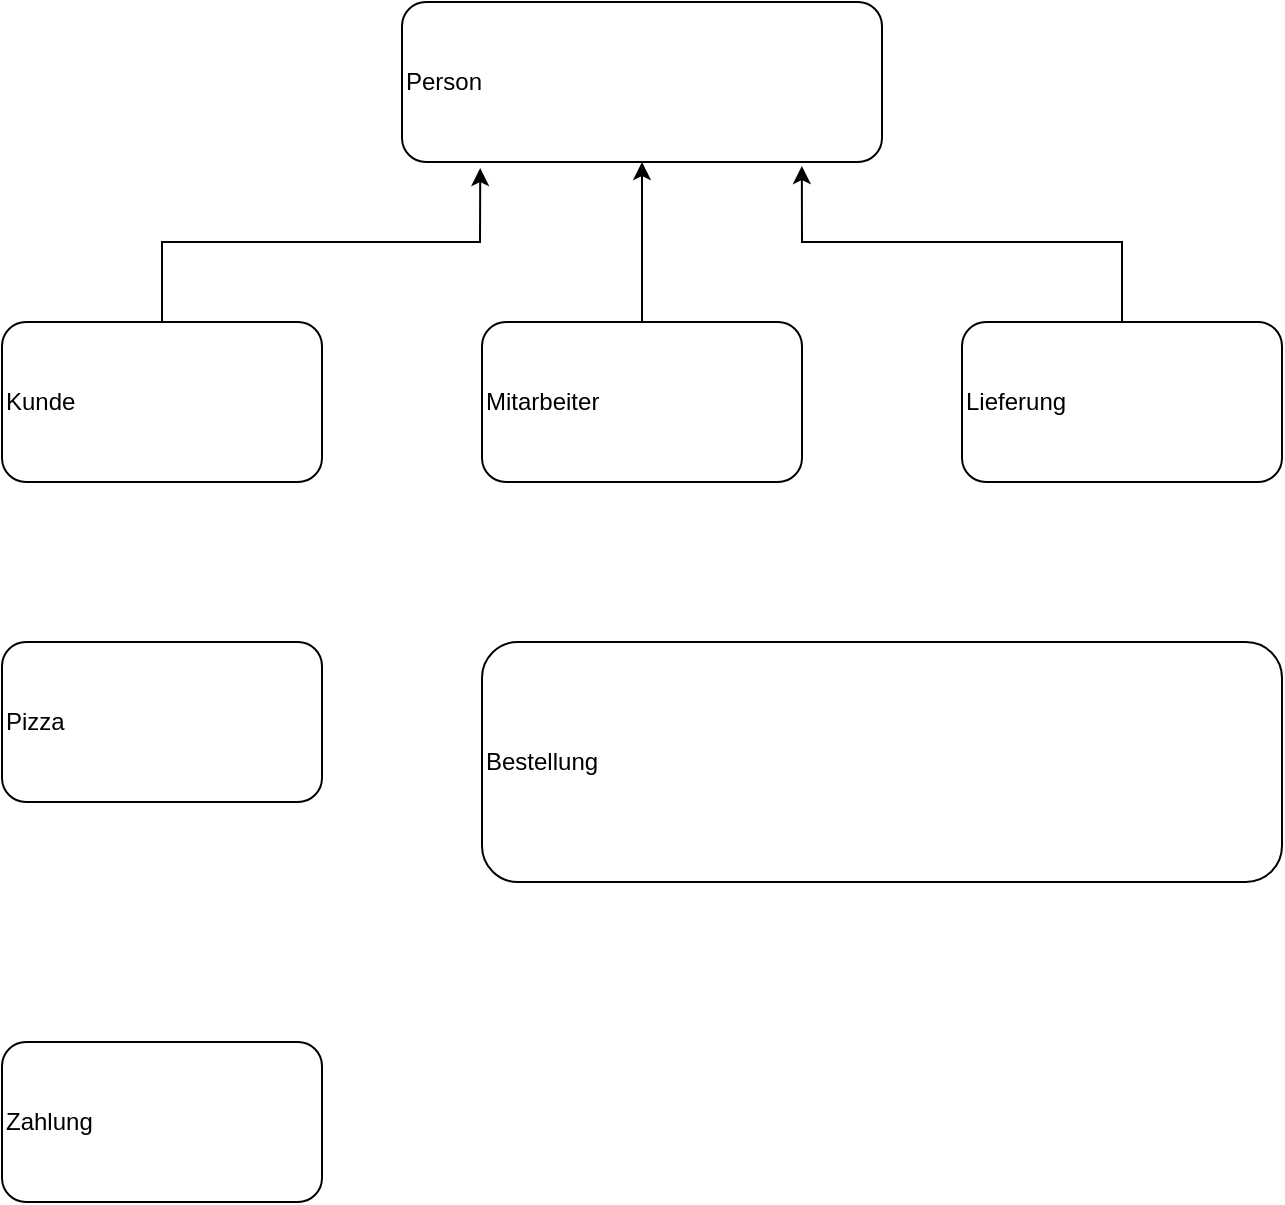
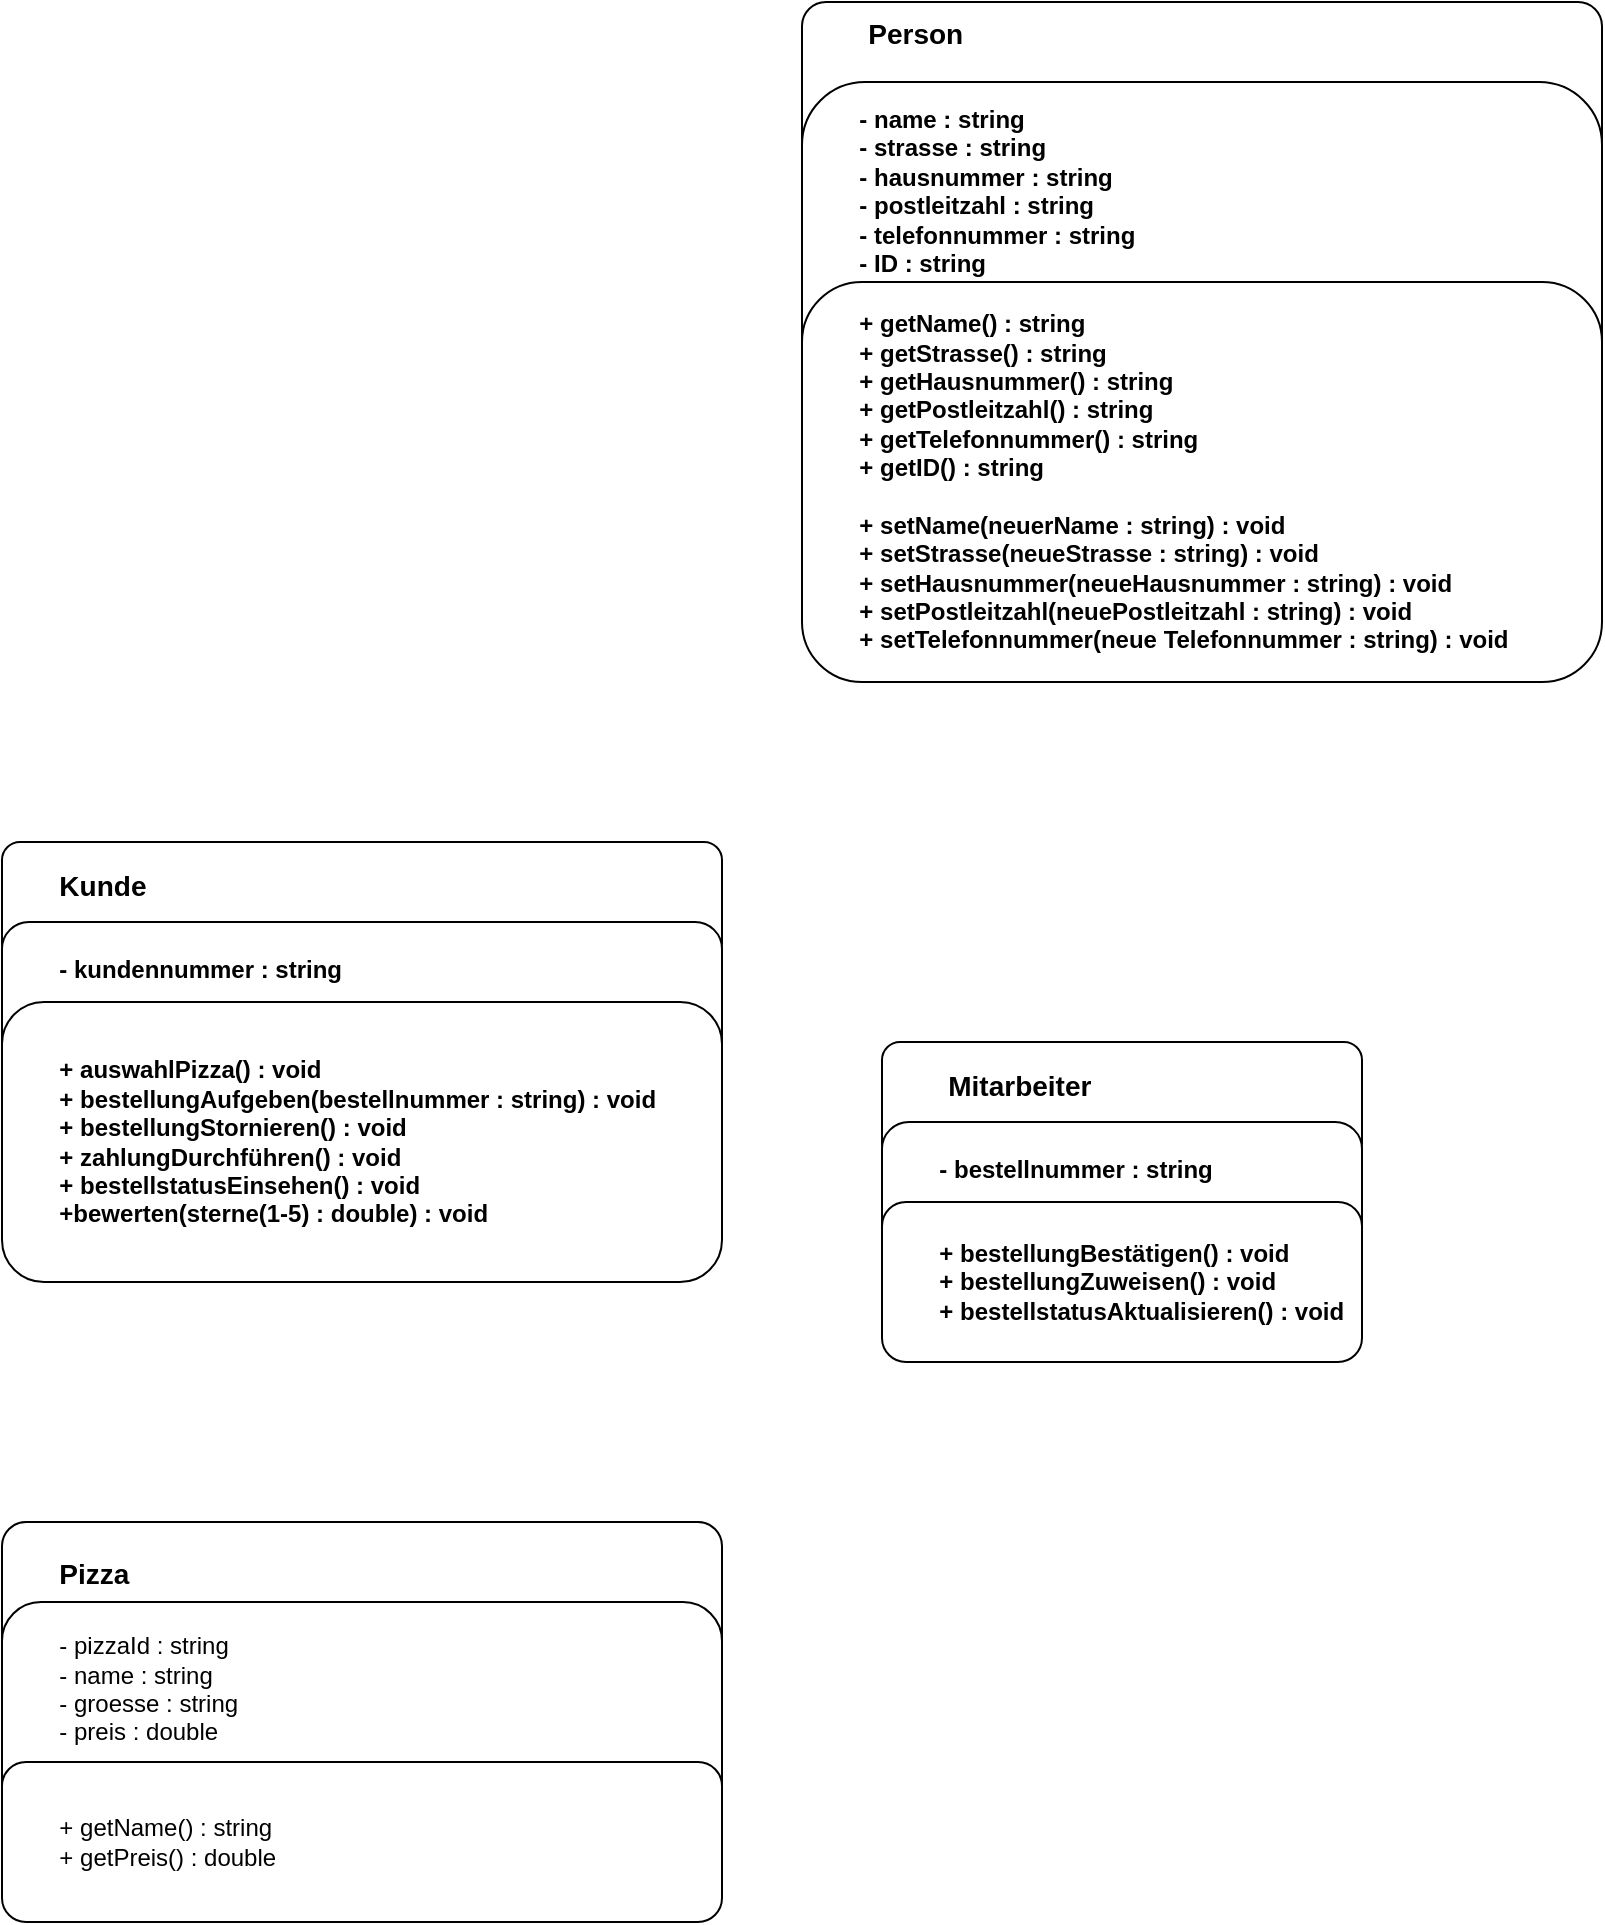
<mxfile host="app.diagrams.net">
  <diagram name="Seite-1" id="j5w5G7pp3-HniJGzZ2-B">
-     <mxGraphModel dx="1406" dy="780" grid="1" gridSize="10" guides="1" tooltips="1" connect="1" arrows="1" fold="1" page="1" pageScale="1" pageWidth="827" pageHeight="1169" math="0" shadow="0">
+     <mxGraphModel dx="2481" dy="878" grid="1" gridSize="10" guides="1" tooltips="1" connect="1" arrows="1" fold="1" page="1" pageScale="1" pageWidth="827" pageHeight="1169" math="0" shadow="0">
      <root>
        <mxCell id="0" />
        <mxCell id="1" parent="0" />
-         <mxCell id="a0vY0e-7eQO-K8aS8apc-16" parent="1" style="rounded=1;whiteSpace=wrap;html=1;align=left;" value="Kunde" vertex="1">
-           <mxGeometry height="80" width="160" x="80" y="200" as="geometry" />
+         <mxCell id="a0vY0e-7eQO-K8aS8apc-24" parent="1" style="rounded=1;whiteSpace=wrap;html=1;align=left;fillColor=light-dark(#FFFFFF,#000000);" value="&lt;font style=&quot;font-size: 14px;&quot;&gt;&lt;b&gt;&lt;span style=&quot;white-space: pre;&quot;&gt;&#x9;&lt;/span&gt;Person&lt;/b&gt;&lt;/font&gt;&lt;div&gt;&lt;font style=&quot;font-size: 14px;&quot;&gt;&lt;b&gt;&lt;br&gt;&lt;/b&gt;&lt;/font&gt;&lt;/div&gt;&lt;div&gt;&lt;font style=&quot;font-size: 14px;&quot;&gt;&lt;b&gt;&lt;br&gt;&lt;/b&gt;&lt;/font&gt;&lt;/div&gt;&lt;div&gt;&lt;br&gt;&lt;/div&gt;" vertex="1">
+           <mxGeometry height="80" width="400" x="200" y="40" as="geometry" />
        </mxCell>
-         <mxCell id="a0vY0e-7eQO-K8aS8apc-17" parent="1" style="rounded=1;whiteSpace=wrap;html=1;align=left;" value="Mitarbeiter" vertex="1">
-           <mxGeometry height="80" width="160" x="320" y="200" as="geometry" />
+         <mxCell id="6vYOItN9PfZ57a2puoc3-1" parent="1" style="rounded=1;whiteSpace=wrap;html=1;align=left;fillColor=light-dark(#FFFFFF,#990000);" value="&lt;b style=&quot;color: light-dark(rgb(0, 0, 0), rgb(0, 0, 0));&quot;&gt;&lt;span style=&quot;white-space: pre;&quot;&gt;&#x9;&lt;/span&gt;- name : string&lt;/b&gt;&lt;div&gt;&lt;b style=&quot;color: light-dark(rgb(0, 0, 0), rgb(0, 0, 0));&quot;&gt;&lt;span style=&quot;white-space: pre;&quot;&gt;&#x9;&lt;/span&gt;- strasse : string&lt;br&gt;&lt;/b&gt;&lt;/div&gt;&lt;div&gt;&lt;b style=&quot;color: light-dark(rgb(0, 0, 0), rgb(0, 0, 0));&quot;&gt;&lt;span style=&quot;white-space: pre;&quot;&gt;&#x9;&lt;/span&gt;- hausnummer : string&lt;br&gt;&lt;/b&gt;&lt;/div&gt;&lt;div&gt;&lt;b style=&quot;color: light-dark(rgb(0, 0, 0), rgb(0, 0, 0));&quot;&gt;&lt;span style=&quot;white-space: pre;&quot;&gt;&#x9;&lt;/span&gt;- postleitzahl : string&lt;br&gt;&lt;/b&gt;&lt;/div&gt;&lt;div&gt;&lt;b style=&quot;color: light-dark(rgb(0, 0, 0), rgb(0, 0, 0));&quot;&gt;&lt;span style=&quot;white-space: pre;&quot;&gt;&#x9;&lt;/span&gt;- telefonnummer : string&lt;br&gt;&lt;/b&gt;&lt;/div&gt;&lt;div&gt;&lt;b style=&quot;color: light-dark(rgb(0, 0, 0), rgb(0, 0, 0));&quot;&gt;&lt;span style=&quot;white-space: pre;&quot;&gt;&#x9;&lt;/span&gt;- ID : string&lt;br&gt;&lt;/b&gt;&lt;/div&gt;&lt;div&gt;&lt;b style=&quot;color: light-dark(rgb(0, 0, 0), rgb(0, 0, 0));&quot;&gt;&lt;br&gt;&lt;/b&gt;&lt;/div&gt;&lt;div&gt;&lt;b style=&quot;color: light-dark(rgb(0, 0, 0), rgb(0, 0, 0));&quot;&gt;&lt;br&gt;&lt;/b&gt;&lt;/div&gt;&lt;div&gt;&lt;b style=&quot;color: light-dark(rgb(0, 0, 0), rgb(0, 0, 0));&quot;&gt;&lt;br&gt;&lt;/b&gt;&lt;/div&gt;&lt;div&gt;&lt;b style=&quot;color: light-dark(rgb(0, 0, 0), rgb(0, 0, 0));&quot;&gt;&lt;br&gt;&lt;/b&gt;&lt;/div&gt;&lt;div&gt;&lt;b style=&quot;color: light-dark(rgb(0, 0, 0), rgb(0, 0, 0));&quot;&gt;&lt;br&gt;&lt;/b&gt;&lt;/div&gt;&lt;div&gt;&lt;b style=&quot;color: light-dark(rgb(0, 0, 0), rgb(0, 0, 0));&quot;&gt;&lt;br&gt;&lt;/b&gt;&lt;/div&gt;&lt;div&gt;&lt;br&gt;&lt;/div&gt;" vertex="1">
+           <mxGeometry height="210" width="400" x="200" y="80" as="geometry" />
        </mxCell>
-         <mxCell id="a0vY0e-7eQO-K8aS8apc-18" parent="1" style="rounded=1;whiteSpace=wrap;html=1;align=left;" value="Bestellung" vertex="1">
-           <mxGeometry height="120" width="400" x="320" y="360" as="geometry" />
+         <mxCell id="6vYOItN9PfZ57a2puoc3-2" parent="1" style="rounded=1;whiteSpace=wrap;html=1;align=left;fillColor=light-dark(#FFFFFF,#999900);" value="&lt;b style=&quot;color: light-dark(rgb(0, 0, 0), rgb(0, 0, 0));&quot;&gt;&lt;span style=&quot;white-space: pre;&quot;&gt;&#x9;&lt;/span&gt;+ getName() : string&lt;/b&gt;&lt;div&gt;&lt;b style=&quot;color: light-dark(rgb(0, 0, 0), rgb(0, 0, 0));&quot;&gt;&lt;span style=&quot;white-space: pre;&quot;&gt;&#x9;&lt;/span&gt;+ getStrasse() : string&lt;br&gt;&lt;/b&gt;&lt;/div&gt;&lt;div&gt;&lt;b style=&quot;color: light-dark(rgb(0, 0, 0), rgb(0, 0, 0));&quot;&gt;&lt;span style=&quot;white-space: pre;&quot;&gt;&#x9;&lt;/span&gt;+ getHausnummer() : string&lt;br&gt;&lt;/b&gt;&lt;/div&gt;&lt;div&gt;&lt;b style=&quot;color: light-dark(rgb(0, 0, 0), rgb(0, 0, 0));&quot;&gt;&lt;span style=&quot;white-space: pre;&quot;&gt;&#x9;&lt;/span&gt;+ getPostleitzahl() : string&lt;br&gt;&lt;/b&gt;&lt;/div&gt;&lt;div&gt;&lt;b style=&quot;color: light-dark(rgb(0, 0, 0), rgb(0, 0, 0));&quot;&gt;&lt;span style=&quot;white-space: pre;&quot;&gt;&#x9;&lt;/span&gt;+ getTelefonnummer() : string&lt;br&gt;&lt;/b&gt;&lt;/div&gt;&lt;div&gt;&lt;b style=&quot;color: light-dark(rgb(0, 0, 0), rgb(0, 0, 0));&quot;&gt;&lt;span style=&quot;white-space: pre;&quot;&gt;&#x9;&lt;/span&gt;+ getID() : string&lt;br&gt;&lt;/b&gt;&lt;/div&gt;&lt;div&gt;&lt;b style=&quot;color: light-dark(rgb(0, 0, 0), rgb(0, 0, 0));&quot;&gt;&lt;br&gt;&lt;/b&gt;&lt;/div&gt;&lt;div&gt;&lt;b style=&quot;color: light-dark(rgb(0, 0, 0), rgb(0, 0, 0));&quot;&gt;&lt;span style=&quot;white-space: pre;&quot;&gt;&#x9;&lt;/span&gt;+ setName(neuerName : string) : void&lt;br&gt;&lt;/b&gt;&lt;/div&gt;&lt;div&gt;&lt;b style=&quot;color: light-dark(rgb(0, 0, 0), rgb(0, 0, 0));&quot;&gt;&lt;span style=&quot;white-space: pre;&quot;&gt;&#x9;&lt;/span&gt;+ setStrasse(neueStrasse : string) : void&lt;br&gt;&lt;/b&gt;&lt;/div&gt;&lt;div&gt;&lt;b style=&quot;color: light-dark(rgb(0, 0, 0), rgb(0, 0, 0));&quot;&gt;&lt;span style=&quot;white-space: pre;&quot;&gt;&#x9;&lt;/span&gt;+ setHausnummer(neueHausnummer : string) : void&lt;br&gt;&lt;/b&gt;&lt;/div&gt;&lt;div&gt;&lt;b style=&quot;color: light-dark(rgb(0, 0, 0), rgb(0, 0, 0));&quot;&gt;&lt;span style=&quot;white-space: pre;&quot;&gt;&#x9;&lt;/span&gt;+ setPostleitzahl(neuePostleitzahl : string) : void&lt;br&gt;&lt;/b&gt;&lt;/div&gt;&lt;div&gt;&lt;b style=&quot;color: light-dark(rgb(0, 0, 0), rgb(0, 0, 0));&quot;&gt;&lt;span style=&quot;white-space: pre;&quot;&gt;&#x9;&lt;/span&gt;+ setTelefonnummer(neue Telefonnummer : string) : void&lt;/b&gt;&lt;br&gt;&lt;/div&gt;" vertex="1">
+           <mxGeometry height="200" width="400" x="200" y="180" as="geometry" />
        </mxCell>
-         <mxCell id="a0vY0e-7eQO-K8aS8apc-19" parent="1" style="rounded=1;whiteSpace=wrap;html=1;align=left;" value="Pizza" vertex="1">
-           <mxGeometry height="80" width="160" x="80" y="360" as="geometry" />
+         <mxCell id="6vYOItN9PfZ57a2puoc3-3" parent="1" style="rounded=1;whiteSpace=wrap;html=1;align=left;fillColor=light-dark(#FFFFFF,#000099);" value="&lt;span style=&quot;white-space: pre;&quot;&gt;&#x9;&lt;/span&gt;&lt;font style=&quot;font-size: 14px;&quot;&gt;&lt;b&gt;Kunde&lt;/b&gt;&lt;/font&gt;&lt;div&gt;&lt;font style=&quot;font-size: 14px;&quot;&gt;&lt;b&gt;&lt;br&gt;&lt;/b&gt;&lt;/font&gt;&lt;/div&gt;" vertex="1">
+           <mxGeometry height="60" width="360" x="-200" y="460" as="geometry" />
        </mxCell>
-         <mxCell id="a0vY0e-7eQO-K8aS8apc-20" parent="1" style="rounded=1;whiteSpace=wrap;html=1;align=left;" value="Lieferung" vertex="1">
-           <mxGeometry height="80" width="160" x="560" y="200" as="geometry" />
+         <mxCell id="6vYOItN9PfZ57a2puoc3-4" parent="1" style="rounded=1;whiteSpace=wrap;html=1;align=left;fillColor=light-dark(#FFFFFF,#004C99);" value="&lt;span style=&quot;color: light-dark(rgb(0, 0, 0), rgb(0, 0, 0));&quot;&gt;&lt;b&gt;&lt;span style=&quot;white-space: pre;&quot;&gt;&#x9;&lt;/span&gt;- kundennummer : string&lt;/b&gt;&lt;/span&gt;&lt;div&gt;&lt;span style=&quot;color: light-dark(rgb(0, 0, 0), rgb(0, 0, 0));&quot;&gt;&lt;b&gt;&lt;br&gt;&lt;/b&gt;&lt;/span&gt;&lt;/div&gt;&lt;div&gt;&lt;span style=&quot;color: light-dark(rgb(0, 0, 0), rgb(0, 0, 0));&quot;&gt;&lt;b&gt;&lt;br&gt;&lt;/b&gt;&lt;/span&gt;&lt;/div&gt;&lt;div&gt;&lt;br&gt;&lt;/div&gt;" vertex="1">
+           <mxGeometry height="90" width="360" x="-200" y="500" as="geometry" />
        </mxCell>
-         <mxCell id="a0vY0e-7eQO-K8aS8apc-21" parent="1" style="rounded=1;whiteSpace=wrap;html=1;align=left;" value="Zahlung" vertex="1">
-           <mxGeometry height="80" width="160" x="80" y="560" as="geometry" />
+         <mxCell id="6vYOItN9PfZ57a2puoc3-5" parent="1" style="rounded=1;whiteSpace=wrap;html=1;align=left;fillColor=light-dark(#FFFFFF,#009999);" value="&lt;span style=&quot;color: light-dark(rgb(0, 0, 0), rgb(0, 0, 0));&quot;&gt;&lt;b&gt;&lt;span style=&quot;white-space: pre;&quot;&gt;&#x9;&lt;/span&gt;+ auswahlPizza() : void&lt;/b&gt;&lt;/span&gt;&lt;div&gt;&lt;span style=&quot;color: light-dark(rgb(0, 0, 0), rgb(0, 0, 0));&quot;&gt;&lt;b&gt;&lt;span style=&quot;white-space: pre;&quot;&gt;&#x9;&lt;/span&gt;+ bestellungAufgeben(bestellnummer : string) : void&lt;br&gt;&lt;/b&gt;&lt;/span&gt;&lt;/div&gt;&lt;div&gt;&lt;span style=&quot;color: light-dark(rgb(0, 0, 0), rgb(0, 0, 0));&quot;&gt;&lt;b&gt;&lt;span style=&quot;white-space: pre;&quot;&gt;&#x9;&lt;/span&gt;+ bestellungStornieren() : void&lt;br&gt;&lt;/b&gt;&lt;/span&gt;&lt;/div&gt;&lt;div&gt;&lt;span style=&quot;color: light-dark(rgb(0, 0, 0), rgb(0, 0, 0));&quot;&gt;&lt;b&gt;&lt;span style=&quot;white-space: pre;&quot;&gt;&#x9;&lt;/span&gt;+ zahlungDurchführen() : void&lt;br&gt;&lt;/b&gt;&lt;/span&gt;&lt;/div&gt;&lt;div&gt;&lt;span style=&quot;color: light-dark(rgb(0, 0, 0), rgb(0, 0, 0));&quot;&gt;&lt;b&gt;&lt;span style=&quot;white-space: pre;&quot;&gt;&#x9;&lt;/span&gt;+ bestellstatusEinsehen() : void&lt;br&gt;&lt;/b&gt;&lt;/span&gt;&lt;/div&gt;&lt;div&gt;&lt;span style=&quot;color: light-dark(rgb(0, 0, 0), rgb(0, 0, 0));&quot;&gt;&lt;b&gt;&lt;span style=&quot;white-space: pre;&quot;&gt;&#x9;&lt;/span&gt;+bewerten(sterne(1-5) : double) : void&lt;/b&gt;&lt;/span&gt;&lt;br&gt;&lt;/div&gt;" vertex="1">
+           <mxGeometry height="140" width="360" x="-200" y="540" as="geometry" />
        </mxCell>
-         <mxCell id="a0vY0e-7eQO-K8aS8apc-24" parent="1" style="rounded=1;whiteSpace=wrap;html=1;align=left;" value="Person" vertex="1">
-           <mxGeometry height="80" width="240" x="280" y="40" as="geometry" />
+         <mxCell id="6vYOItN9PfZ57a2puoc3-6" parent="1" style="rounded=1;whiteSpace=wrap;html=1;align=left;fillColor=light-dark(#FFFFFF,#003300);" value="&lt;b&gt;&lt;font style=&quot;font-size: 14px;&quot;&gt;&lt;span style=&quot;white-space: pre;&quot;&gt;&#x9;&lt;/span&gt;Mitarbeiter&lt;/font&gt;&lt;/b&gt;&lt;div&gt;&lt;b&gt;&lt;font style=&quot;font-size: 14px;&quot;&gt;&lt;br&gt;&lt;/font&gt;&lt;/b&gt;&lt;/div&gt;" vertex="1">
+           <mxGeometry height="60" width="240" x="240" y="560" as="geometry" />
        </mxCell>
-         <mxCell id="a0vY0e-7eQO-K8aS8apc-25" edge="1" parent="1" source="a0vY0e-7eQO-K8aS8apc-16" style="endArrow=classic;html=1;rounded=0;exitX=0.5;exitY=0;exitDx=0;exitDy=0;entryX=0.163;entryY=1.038;entryDx=0;entryDy=0;entryPerimeter=0;" target="a0vY0e-7eQO-K8aS8apc-24" value="">
-           <mxGeometry height="50" relative="1" width="50" as="geometry">
-             <Array as="points">
-               <mxPoint x="160" y="160" />
-               <mxPoint x="319" y="160" />
-             </Array>
-             <mxPoint x="390" y="410" as="sourcePoint" />
-             <mxPoint x="440" y="360" as="targetPoint" />
-           </mxGeometry>
+         <mxCell id="6vYOItN9PfZ57a2puoc3-7" parent="1" style="rounded=1;whiteSpace=wrap;html=1;align=left;fillColor=light-dark(#FFFFFF,#006600);" value="&lt;span style=&quot;color: light-dark(rgb(0, 0, 0), rgb(0, 0, 0));&quot;&gt;&lt;b&gt;&lt;span style=&quot;white-space: pre;&quot;&gt;&#x9;&lt;/span&gt;- bestellnummer : string&lt;/b&gt;&lt;/span&gt;&lt;div&gt;&lt;span style=&quot;color: light-dark(rgb(0, 0, 0), rgb(0, 0, 0));&quot;&gt;&lt;b&gt;&lt;br&gt;&lt;/b&gt;&lt;/span&gt;&lt;/div&gt;&lt;div&gt;&lt;span style=&quot;color: light-dark(rgb(0, 0, 0), rgb(0, 0, 0));&quot;&gt;&lt;b&gt;&lt;br&gt;&lt;/b&gt;&lt;/span&gt;&lt;/div&gt;&lt;div&gt;&lt;br&gt;&lt;/div&gt;" vertex="1">
+           <mxGeometry height="90" width="240" x="240" y="600" as="geometry" />
        </mxCell>
-         <mxCell id="a0vY0e-7eQO-K8aS8apc-27" edge="1" parent="1" style="endArrow=classic;html=1;rounded=0;entryX=0.5;entryY=1;entryDx=0;entryDy=0;" target="a0vY0e-7eQO-K8aS8apc-24" value="">
-           <mxGeometry height="50" relative="1" width="50" as="geometry">
-             <mxPoint x="400" y="200" as="sourcePoint" />
-             <mxPoint x="440" y="360" as="targetPoint" />
-           </mxGeometry>
+         <mxCell id="6vYOItN9PfZ57a2puoc3-8" parent="1" style="rounded=1;whiteSpace=wrap;html=1;align=left;fillColor=light-dark(#FFFFFF,#009900);" value="&lt;span style=&quot;color: light-dark(rgb(0, 0, 0), rgb(0, 0, 0));&quot;&gt;&lt;b&gt;&lt;span style=&quot;white-space: pre;&quot;&gt;&#x9;&lt;/span&gt;+ bestellungBestätigen() : void&lt;/b&gt;&lt;/span&gt;&lt;div&gt;&lt;span style=&quot;color: light-dark(rgb(0, 0, 0), rgb(0, 0, 0));&quot;&gt;&lt;b&gt;&lt;span style=&quot;white-space: pre;&quot;&gt;&#x9;&lt;/span&gt;+ bestellungZuweisen() : void&lt;br&gt;&lt;/b&gt;&lt;/span&gt;&lt;/div&gt;&lt;div&gt;&lt;span style=&quot;color: light-dark(rgb(0, 0, 0), rgb(0, 0, 0));&quot;&gt;&lt;b&gt;&lt;span style=&quot;white-space: pre;&quot;&gt;&#x9;&lt;/span&gt;+ bestellstatusAktualisieren() : void&lt;/b&gt;&lt;/span&gt;&lt;br&gt;&lt;/div&gt;" vertex="1">
+           <mxGeometry height="80" width="240" x="240" y="640" as="geometry" />
        </mxCell>
-         <mxCell id="a0vY0e-7eQO-K8aS8apc-28" edge="1" parent="1" source="a0vY0e-7eQO-K8aS8apc-20" style="endArrow=classic;html=1;rounded=0;entryX=0.833;entryY=1.025;entryDx=0;entryDy=0;entryPerimeter=0;exitX=0.5;exitY=0;exitDx=0;exitDy=0;" target="a0vY0e-7eQO-K8aS8apc-24" value="">
-           <mxGeometry height="50" relative="1" width="50" as="geometry">
-             <Array as="points">
-               <mxPoint x="640" y="160" />
-               <mxPoint x="480" y="160" />
-             </Array>
-             <mxPoint x="390" y="410" as="sourcePoint" />
-             <mxPoint x="440" y="360" as="targetPoint" />
-           </mxGeometry>
+         <mxCell id="6vYOItN9PfZ57a2puoc3-9" parent="1" style="rounded=1;whiteSpace=wrap;html=1;align=left;" value="&lt;span style=&quot;white-space: pre;&quot;&gt;&#x9;&lt;/span&gt;&lt;font style=&quot;font-size: 14px;&quot;&gt;&lt;b&gt;Pizza&lt;/b&gt;&lt;/font&gt;&lt;div&gt;&lt;br&gt;&lt;/div&gt;&lt;div&gt;&lt;br&gt;&lt;/div&gt;" vertex="1">
+           <mxGeometry height="80" width="360" x="-200" y="800" as="geometry" />
+         </mxCell>
+         <mxCell id="6vYOItN9PfZ57a2puoc3-10" parent="1" style="rounded=1;whiteSpace=wrap;html=1;align=left;" value="&lt;span style=&quot;white-space: pre;&quot;&gt;&#x9;&lt;/span&gt;- pizzaId : string&lt;div&gt;&lt;span style=&quot;white-space: pre;&quot;&gt;&#x9;&lt;/span&gt;- name : string&lt;br&gt;&lt;/div&gt;&lt;div&gt;&lt;span style=&quot;white-space: pre;&quot;&gt;&#x9;&lt;/span&gt;- groesse : string&lt;br&gt;&lt;/div&gt;&lt;div&gt;&lt;span style=&quot;white-space: pre;&quot;&gt;&#x9;&lt;/span&gt;- preis : double&lt;br&gt;&lt;/div&gt;&lt;div&gt;&lt;br&gt;&lt;/div&gt;&lt;div&gt;&lt;br&gt;&lt;/div&gt;&lt;div&gt;&lt;br&gt;&lt;/div&gt;" vertex="1">
+           <mxGeometry height="130" width="360" x="-200" y="840" as="geometry" />
+         </mxCell>
+         <mxCell id="6vYOItN9PfZ57a2puoc3-11" parent="1" style="rounded=1;whiteSpace=wrap;html=1;align=left;" value="&lt;span style=&quot;white-space: pre;&quot;&gt;&#x9;&lt;/span&gt;+ getName() : string&lt;div&gt;&lt;span style=&quot;white-space: pre;&quot;&gt;&#x9;&lt;/span&gt;+ getPreis() : double&lt;br&gt;&lt;/div&gt;" vertex="1">
+           <mxGeometry height="80" width="360" x="-200" y="920" as="geometry" />
        </mxCell>
      </root>
    </mxGraphModel>
  </diagram>
</mxfile>
